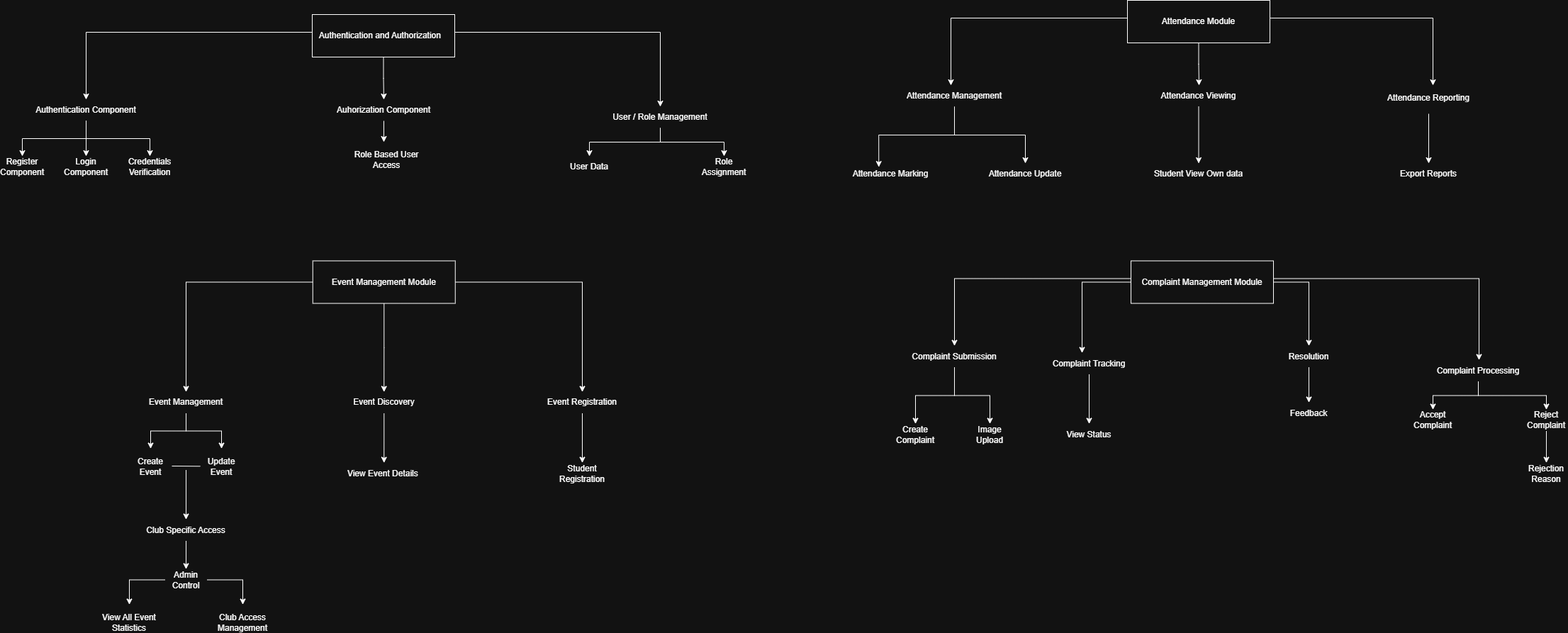
R-Sundararajan/CampusOne keeps this draw.io diagram as docs/System_Architecture/Backend_Low_Level_Design.png. Above is the earlier version. Source tidied: cells renumbered, new cells last; positions are measured from the earlier drawing's top-left corner, leaving out a move shared by most shapes.
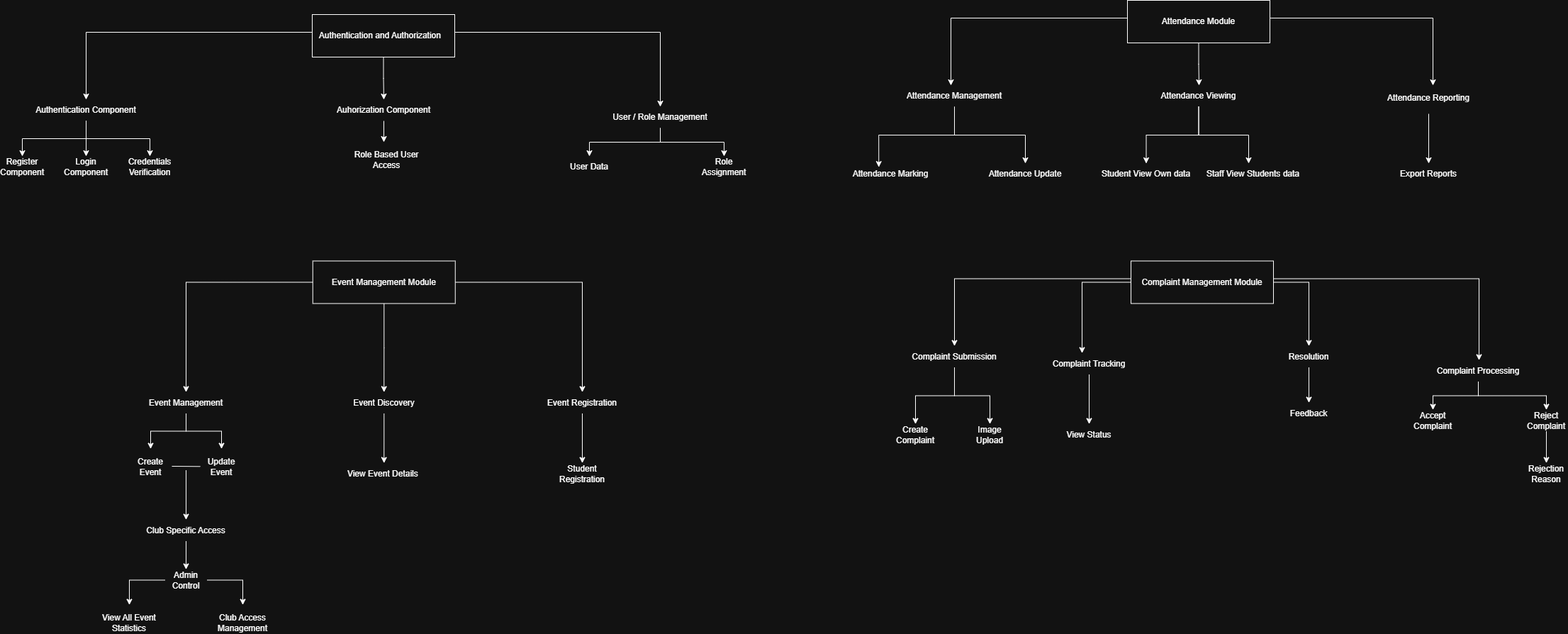
Later version of the same file.

Commit message:
chore: Updae Backend LLD

What changed in the source:
```diff
@@ -284,6 +284,11 @@
     <mxCell id="74" style="edgeStyle=orthogonalEdgeStyle;rounded=0;jettySize=auto;html=1;" parent="1" edge="1" source="75" target="78">
       <mxGeometry relative="1" as="geometry" />
     </mxCell>
+    <mxCell id="83" style="edgeStyle=orthogonalEdgeStyle;rounded=0;jettySize=auto;html=1;" parent="1" edge="1" source="75">
+      <mxGeometry relative="1" as="geometry">
+        <mxPoint x="1760" y="230" as="targetPoint" />
+      </mxGeometry>
+    </mxCell>
     <mxCell id="75" value="Attendance Viewing" style="text;html=1;whiteSpace=wrap;strokeColor=none;fillColor=none;align=center;verticalAlign=middle;rounded=0;" parent="1" vertex="1">
       <mxGeometry x="1614" y="120" width="151" height="30" as="geometry" />
     </mxCell>
@@ -294,7 +299,7 @@
       <mxGeometry x="1949" y="130" width="130" height="30" as="geometry" />
     </mxCell>
     <mxCell id="78" value="Student View Own data" style="text;html=1;whiteSpace=wrap;strokeColor=none;fillColor=none;align=center;verticalAlign=middle;rounded=0;" parent="1" vertex="1">
-      <mxGeometry x="1614" y="230" width="151" height="30" as="geometry" />
+      <mxGeometry x="1540" y="230" width="151" height="30" as="geometry" />
     </mxCell>
     <mxCell id="79" value="Attendance Marking" style="text;html=1;whiteSpace=wrap;strokeColor=none;fillColor=none;align=center;verticalAlign=middle;rounded=0;" parent="1" vertex="1">
       <mxGeometry x="1190" y="230" width="130" height="30" as="geometry" />
@@ -308,5 +313,8 @@
     <mxCell id="82" value="Export Reports" style="text;html=1;whiteSpace=wrap;strokeColor=none;fillColor=none;align=center;verticalAlign=middle;rounded=0;" parent="1" vertex="1">
       <mxGeometry x="1954" y="230" width="120" height="30" as="geometry" />
     </mxCell>
+    <mxCell id="84" value="Staff View Students data" style="text;html=1;whiteSpace=wrap;strokeColor=none;fillColor=none;align=center;verticalAlign=middle;rounded=0;" parent="1" vertex="1">
+      <mxGeometry x="1691" y="230" width="150.5" height="30" as="geometry" />
+    </mxCell>
   </root>
 </mxGraphModel>
```
